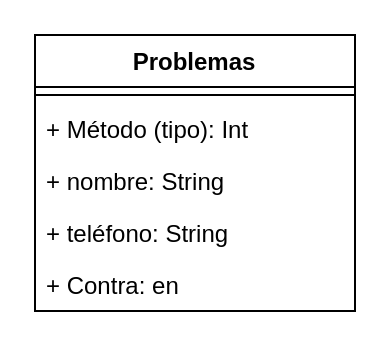
Earlier version of the draw.io diagram Diagrama sin título.drawio (cohet3/Diagramas). Source tidied: cells renumbered, new cells numbered last; positions are measured from the earlier drawing's top-left corner, leaving out a move shared by most shapes. Both pictures are drawn from the tidied source at 200%, with x=0, y=0 at pixel (34, 34).
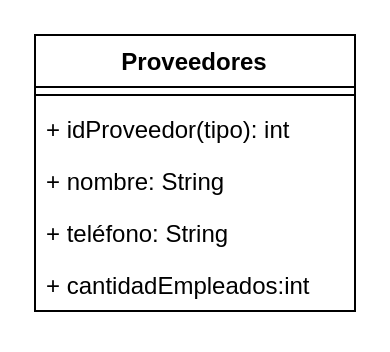
The same page after the edit.

Change to the diagram source:
```diff
@@
 <mxGraphModel>
   <root>
     <mxCell id="0" />
     <mxCell id="1" parent="0" />
-    <mxCell id="2" value="Problemas" style="swimlane;fontStyle=1;align=center;verticalAlign=top;horizontal=1;startSize=26;whiteSpace=wrap;html=1;" parent="1" vertex="1">
+    <mxCell id="2" value="Proveedores" style="swimlane;fontStyle=1;align=center;verticalAlign=top;horizontal=1;startSize=26;whiteSpace=wrap;html=1;" parent="1" vertex="1">
       <mxGeometry width="160" height="138" as="geometry" />
     </mxCell>
     <mxCell id="3" style="line;strokeWidth=1;fillColor=none;align=left;verticalAlign=middle;spacingTop=-1;spacingLeft=3;spacingRight=3;labelPosition=right;strokeColor=inherit;" parent="2" vertex="1">
       <mxGeometry y="26" width="160" height="8" as="geometry" />
     </mxCell>
-    <mxCell id="4" value="+ Método (tipo): Int" style="text;strokeColor=none;fillColor=none;align=left;verticalAlign=top;spacingLeft=4;spacingRight=4;overflow=hidden;whiteSpace=wrap;html=1;" parent="2" vertex="1">
+    <mxCell id="4" value="+ idProveedor(tipo): int" style="text;strokeColor=none;fillColor=none;align=left;verticalAlign=top;spacingLeft=4;spacingRight=4;overflow=hidden;whiteSpace=wrap;html=1;" parent="2" vertex="1">
       <mxGeometry y="34" width="160" height="26" as="geometry" />
     </mxCell>
     <mxCell id="5" value="+ nombre: String" style="text;strokeColor=none;fillColor=none;align=left;verticalAlign=top;spacingLeft=4;spacingRight=4;overflow=hidden;whiteSpace=wrap;html=1;" parent="2" vertex="1">
       <mxGeometry y="60" width="160" height="26" as="geometry" />
     </mxCell>
     <mxCell id="6" value="+ teléfono: String" style="text;strokeColor=none;fillColor=none;align=left;verticalAlign=top;spacingLeft=4;spacingRight=4;overflow=hidden;whiteSpace=wrap;html=1;" parent="2" vertex="1">
       <mxGeometry y="86" width="160" height="26" as="geometry" />
     </mxCell>
-    <mxCell id="7" value="+ Contra: en" style="text;strokeColor=none;fillColor=none;align=left;verticalAlign=top;spacingLeft=4;spacingRight=4;overflow=hidden;whiteSpace=wrap;html=1;" parent="2" vertex="1">
+    <mxCell id="7" value="&lt;font&gt;+ cantidadEmpleados&lt;/font&gt;&lt;font&gt;:int&lt;/font&gt;" style="text;strokeColor=none;fillColor=none;align=left;verticalAlign=top;spacingLeft=4;spacingRight=4;overflow=hidden;whiteSpace=wrap;html=1;" parent="2" vertex="1">
       <mxGeometry y="112" width="160" height="26" as="geometry" />
     </mxCell>
   </root>
 </mxGraphModel>
```
